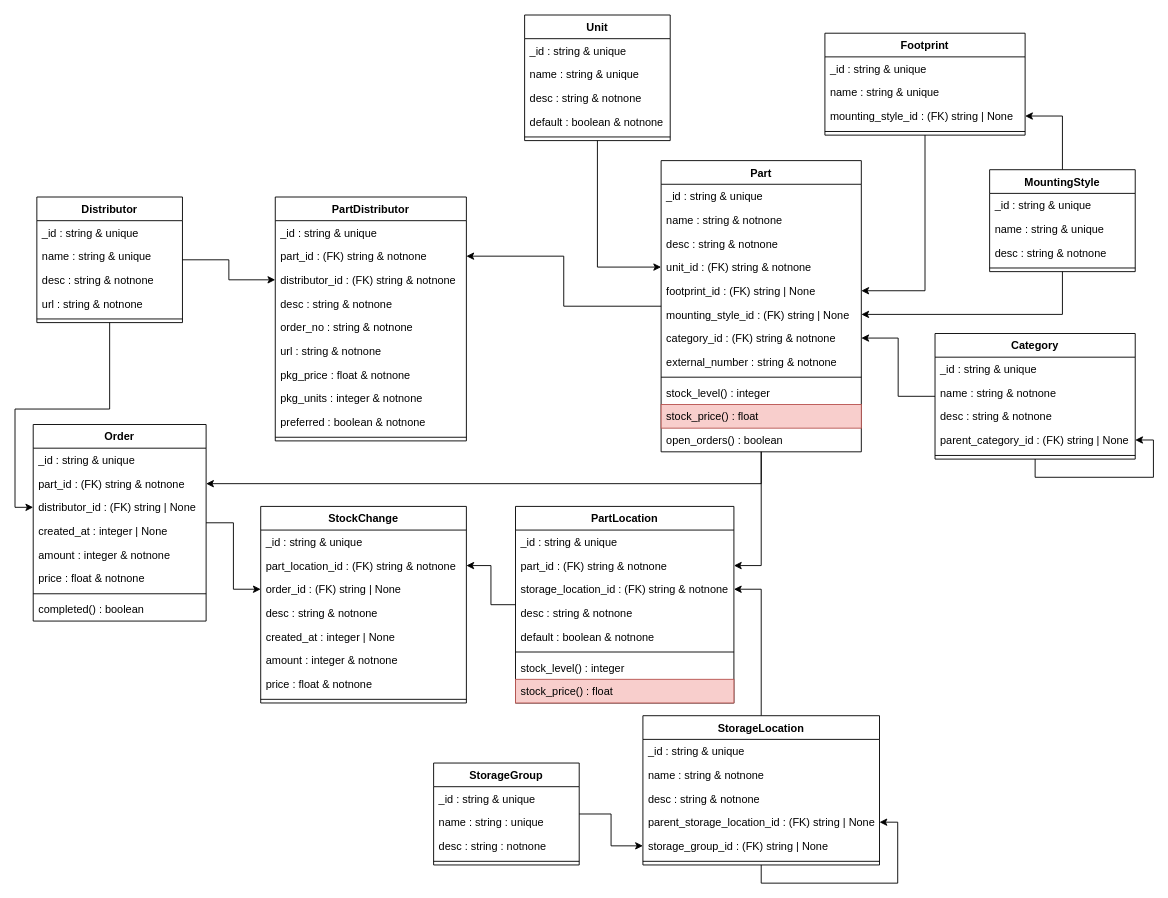
Before: docs/elements-classes.drawio in nils-ost/Inventory4Parts, a draw.io diagram. Source tidied: cells renumbered, new cells numbered last; positions are measured from the earlier drawing's top-left corner, leaving out a move shared by most shapes. Both pictures are drawn from the tidied source at 91%, with x=0, y=0 at pixel (33, 15).
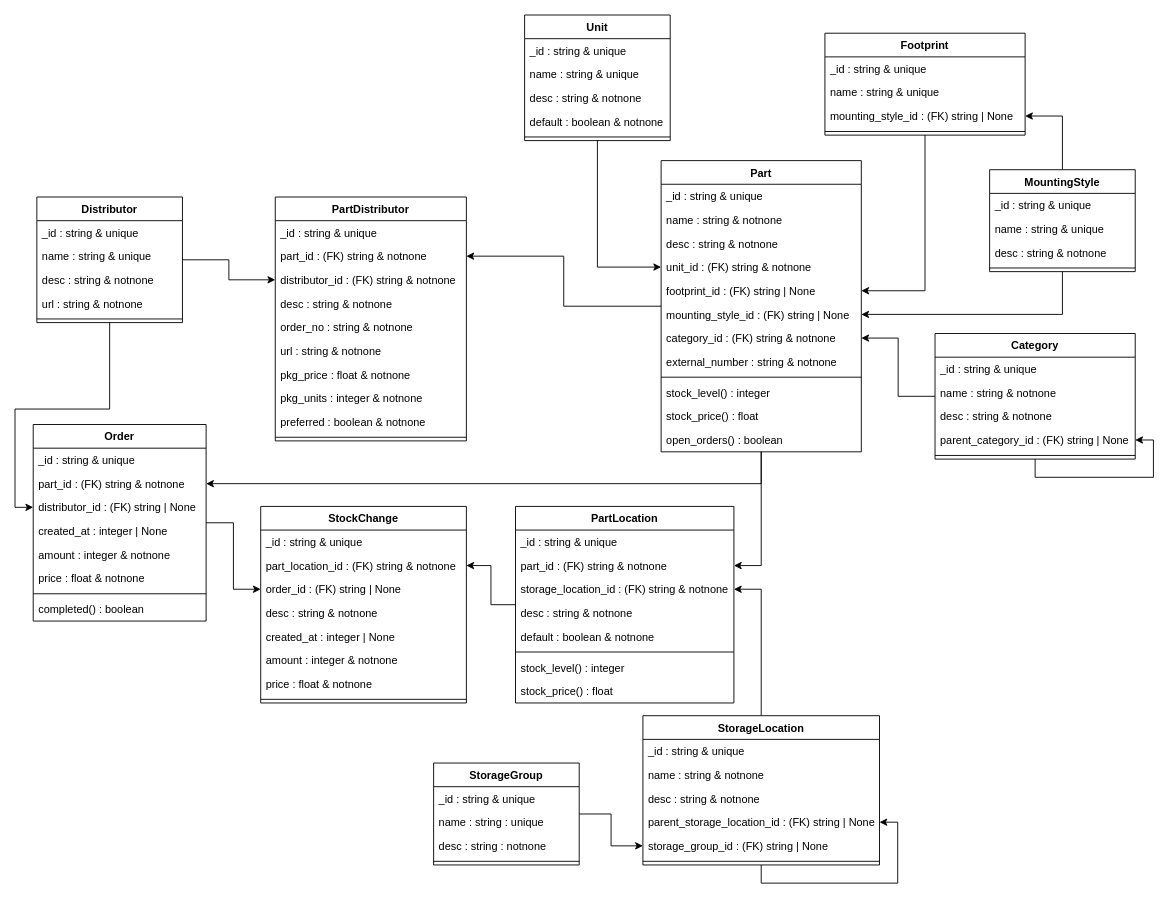
After the change.

Commit message (it also covers changes not shown here):
added stock_price calculation for Part and PartLocation

The change refers to these unchanged cells:
```xml
<mxCell id="33" value="Part" style="swimlane;fontStyle=1;align=center;verticalAlign=top;horizontal=1;startSize=26;" parent="1" vertex="1">
  <mxGeometry x="690" y="160" width="220" height="320" as="geometry" />
</mxCell>
<mxCell id="91" value="PartLocation" style="swimlane;fontStyle=1;align=center;verticalAlign=top;horizontal=1;startSize=26;" parent="1" vertex="1">
  <mxGeometry x="530" y="540" width="240" height="216" as="geometry" />
</mxCell>
```

Diff of the diagram source:
```diff
@@
-    <mxCell id="44" value="stock_price() : float" style="text;strokeColor=#b85450;fillColor=#f8cecc;align=left;verticalAlign=top;spacingLeft=4;spacingRight=4;overflow=hidden;" parent="33" vertex="1">
+    <mxCell id="44" value="stock_price() : float" style="text;align=left;verticalAlign=top;spacingLeft=4;spacingRight=4;overflow=hidden;" parent="33" vertex="1">
       <mxGeometry y="268" width="220" height="26" as="geometry" />
     </mxCell>
@@
-    <mxCell id="99" value="stock_price() : float" style="text;align=left;verticalAlign=top;spacingLeft=4;spacingRight=4;overflow=hidden;fillColor=#f8cecc;strokeColor=#b85450;" parent="91" vertex="1">
+    <mxCell id="99" value="stock_price() : float" style="text;align=left;verticalAlign=top;spacingLeft=4;spacingRight=4;overflow=hidden;" parent="91" vertex="1">
       <mxGeometry y="190" width="240" height="26" as="geometry" />
     </mxCell>
```
